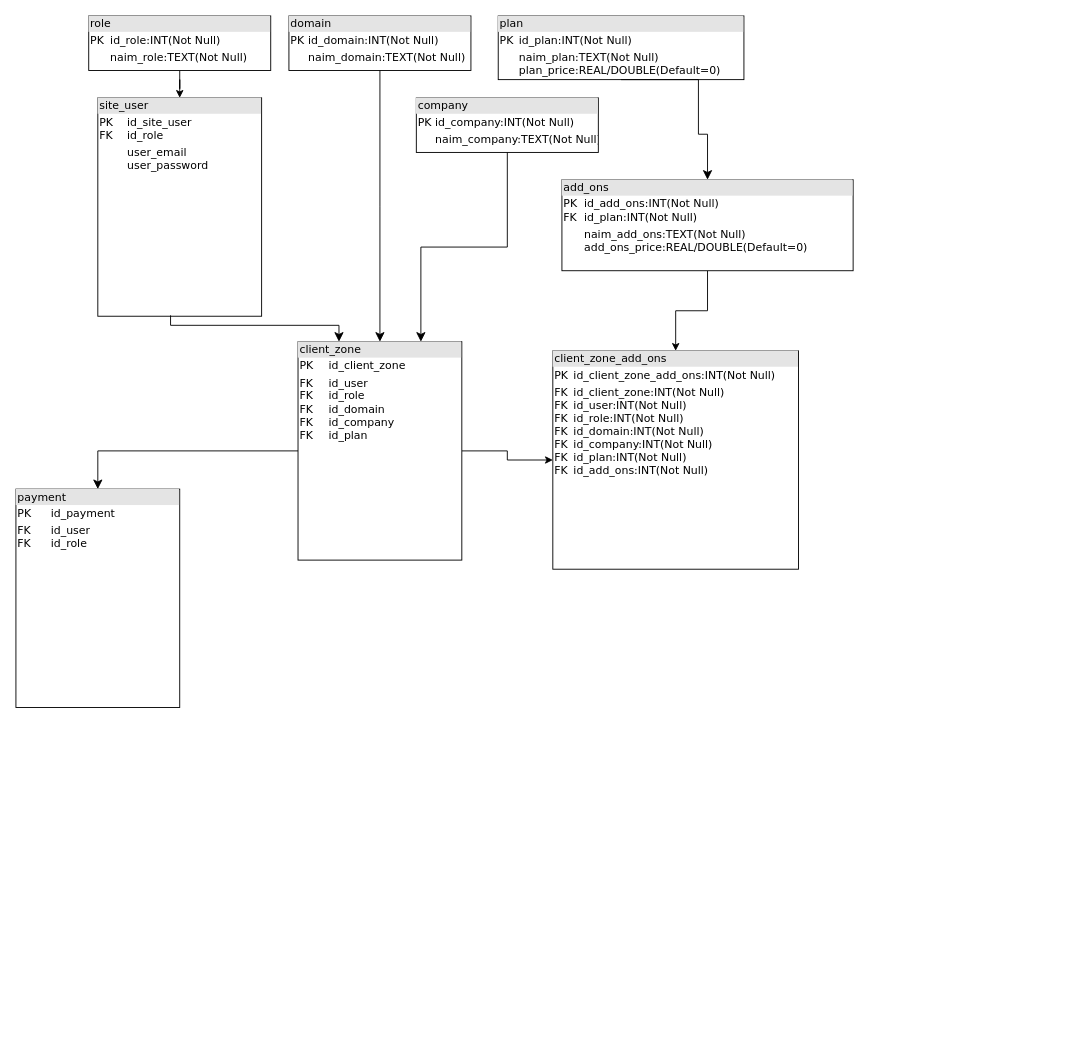
Scykorr/inout_project keeps this draw.io diagram as payment_gateway/payment_gateway.drawio. Above is the earlier version. Source tidied: cells renumbered, new cells numbered last; positions are measured from the earlier drawing's top-left corner, leaving out a move shared by most shapes. Both pictures are drawn from the tidied source at 91%, with x=0, y=0 at pixel (15, 15).
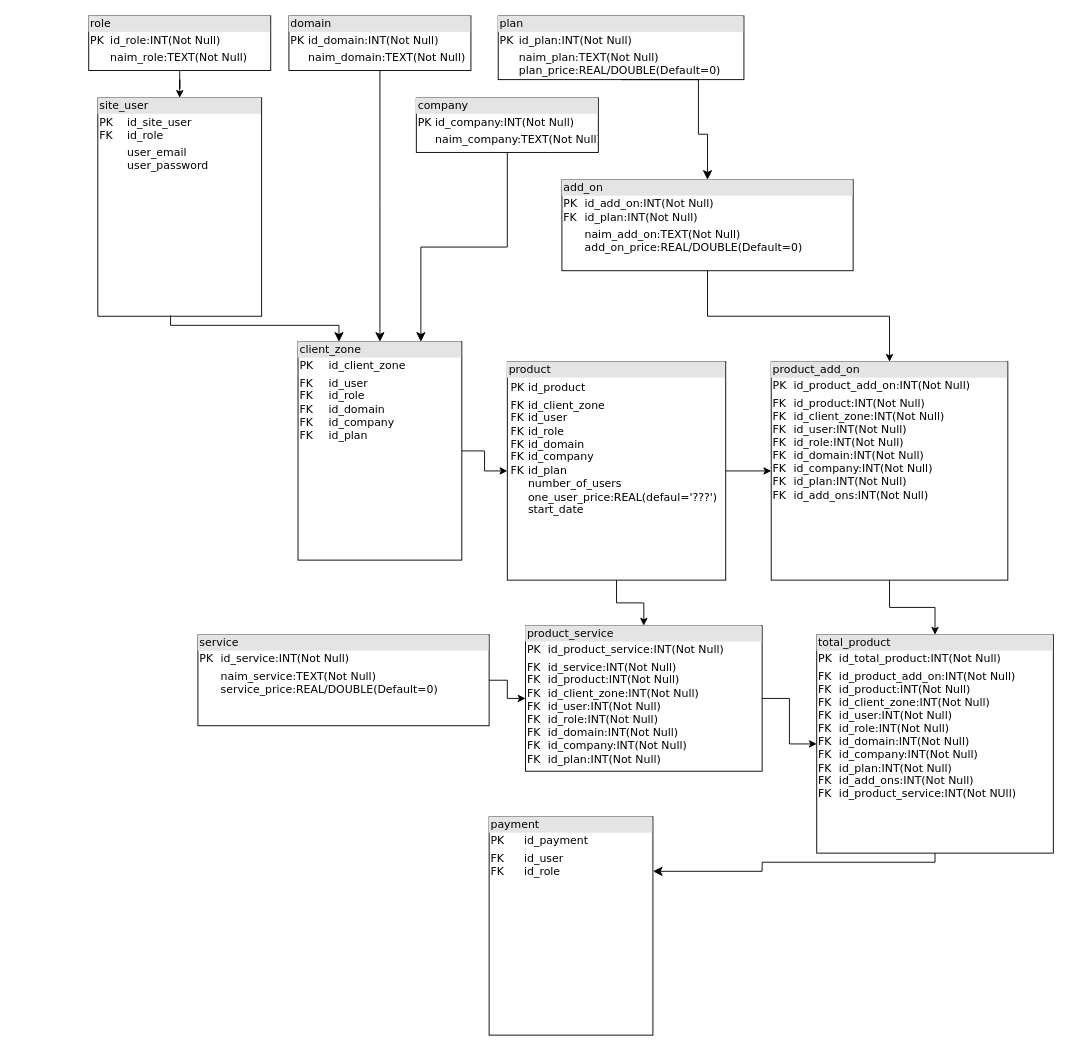
After the change.

The change refers to these unchanged cells:
```xml
<mxCell id="8" value="&lt;div style=&quot;box-sizing: border-box ; width: 100% ; background: #e4e4e4 ; padding: 2px&quot;&gt;client_zone&lt;/div&gt;&lt;table style=&quot;width: 100% ; font-size: 1em&quot; cellpadding=&quot;2&quot; cellspacing=&quot;0&quot;&gt;&lt;tbody&gt;&lt;tr&gt;&lt;td&gt;PK&lt;/td&gt;&lt;td&gt;id_client_zone&lt;/td&gt;&lt;/tr&gt;&lt;tr&gt;&lt;td&gt;FK&lt;br&gt;FK&lt;br&gt;FK&lt;br&gt;FK&lt;br&gt;FK&lt;/td&gt;&lt;td&gt;id_user&lt;br&gt;id_role&lt;br&gt;id_domain&lt;br&gt;id_company&lt;br&gt;id_plan&lt;/td&gt;&lt;/tr&gt;&lt;tr&gt;&lt;td&gt;&lt;/td&gt;&lt;td&gt;&lt;/td&gt;&lt;/tr&gt;&lt;/tbody&gt;&lt;/table&gt;" style="verticalAlign=top;align=left;overflow=fill;html=1;rounded=0;shadow=0;comic=0;labelBackgroundColor=none;strokeWidth=1;fontFamily=Verdana;fontSize=12;" parent="1" vertex="1">
  <mxGeometry x="310" y="358" width="180" height="240" as="geometry" />
</mxCell>
```

The edit, as a diff of the source:
```diff
@@
     <mxCell id="2" value="&lt;div style=&quot;box-sizing: border-box ; width: 100% ; background: #e4e4e4 ; padding: 2px&quot;&gt;payment&lt;/div&gt;&lt;table style=&quot;width: 100% ; font-size: 1em&quot; cellpadding=&quot;2&quot; cellspacing=&quot;0&quot;&gt;&lt;tbody&gt;&lt;tr&gt;&lt;td&gt;PK&lt;/td&gt;&lt;td&gt;id_payment&lt;/td&gt;&lt;/tr&gt;&lt;tr&gt;&lt;td&gt;FK&lt;br&gt;FK&lt;/td&gt;&lt;td&gt;id_user&lt;br&gt;id_role&lt;/td&gt;&lt;/tr&gt;&lt;tr&gt;&lt;td&gt;&lt;/td&gt;&lt;td&gt;&lt;/td&gt;&lt;/tr&gt;&lt;/tbody&gt;&lt;/table&gt;" style="verticalAlign=top;align=left;overflow=fill;html=1;rounded=0;shadow=0;comic=0;labelBackgroundColor=none;strokeWidth=1;fontFamily=Verdana;fontSize=12;" parent="1" vertex="1">
-      <mxGeometry y="520" width="180" height="240" as="geometry" />
+      <mxGeometry x="520" y="880" width="180" height="240" as="geometry" />
     </mxCell>
@@
-    <mxCell id="7" style="edgeStyle=orthogonalEdgeStyle;rounded=0;jettySize=auto;html=1;" parent="1" edge="1" source="8" target="18">
-      <mxGeometry relative="1" as="geometry" />
-    </mxCell>
+    <mxCell id="19" style="edgeStyle=orthogonalEdgeStyle;rounded=0;jettySize=auto;html=1;" parent="1" edge="1" source="8" target="23">
+      <mxGeometry relative="1" as="geometry" />
+    </mxCell>
@@
-    <mxCell id="11" style="edgeStyle=segmentEdgeStyle;endArrow=classic;html=1;curved=0;rounded=0;endSize=8;startSize=8;exitX=0;exitY=0.5;exitDx=0;exitDy=0;entryX=0.5;entryY=0;entryDx=0;entryDy=0;" parent="1" edge="1" source="8" target="2">
-      <mxGeometry relative="1" as="geometry" />
-    </mxCell>
@@
-    <mxCell id="16" value="&lt;div style=&quot;box-sizing: border-box ; width: 100% ; background: #e4e4e4 ; padding: 2px&quot;&gt;add_ons&lt;/div&gt;&lt;table style=&quot;width: 100% ; font-size: 1em&quot; cellpadding=&quot;2&quot; cellspacing=&quot;0&quot;&gt;&lt;tbody&gt;&lt;tr&gt;&lt;td&gt;PK&lt;br&gt;FK&lt;/td&gt;&lt;td&gt;id_add_ons:INT(Not Null)&lt;br&gt;id_plan:INT(Not Null)&lt;br&gt;&lt;/td&gt;&lt;/tr&gt;&lt;tr&gt;&lt;td&gt;&lt;br&gt;&lt;/td&gt;&lt;td&gt;naim_add_ons:TEXT(Not Null)&lt;br&gt;add_ons_price:REAL/DOUBLE(Default=0)&lt;br&gt;&lt;/td&gt;&lt;/tr&gt;&lt;/tbody&gt;&lt;/table&gt;" style="verticalAlign=top;align=left;overflow=fill;html=1;rounded=0;shadow=0;comic=0;labelBackgroundColor=none;strokeWidth=1;fontFamily=Verdana;fontSize=12;" parent="1" vertex="1">
+    <mxCell id="16" value="&lt;div style=&quot;box-sizing: border-box ; width: 100% ; background: #e4e4e4 ; padding: 2px&quot;&gt;add_on&lt;/div&gt;&lt;table style=&quot;width: 100% ; font-size: 1em&quot; cellpadding=&quot;2&quot; cellspacing=&quot;0&quot;&gt;&lt;tbody&gt;&lt;tr&gt;&lt;td&gt;PK&lt;br&gt;FK&lt;/td&gt;&lt;td&gt;id_add_on:INT(Not Null)&lt;br&gt;id_plan:INT(Not Null)&lt;br&gt;&lt;/td&gt;&lt;/tr&gt;&lt;tr&gt;&lt;td&gt;&lt;br&gt;&lt;/td&gt;&lt;td&gt;naim_add_on:TEXT(Not Null)&lt;br&gt;add_on_price:REAL/DOUBLE(Default=0)&lt;br&gt;&lt;/td&gt;&lt;/tr&gt;&lt;/tbody&gt;&lt;/table&gt;" style="verticalAlign=top;align=left;overflow=fill;html=1;rounded=0;shadow=0;comic=0;labelBackgroundColor=none;strokeWidth=1;fontFamily=Verdana;fontSize=12;" parent="1" vertex="1">
       <mxGeometry x="600" y="180" width="320" height="100" as="geometry" />
     </mxCell>
@@
+    <mxCell id="20" style="edgeStyle=orthogonalEdgeStyle;rounded=0;jettySize=auto;html=1;" parent="1" edge="1" source="18" target="28">
+      <mxGeometry relative="1" as="geometry" />
+    </mxCell>
-    <mxCell id="18" value="&lt;div style=&quot;box-sizing: border-box ; width: 100% ; background: #e4e4e4 ; padding: 2px&quot;&gt;client_zone_add_ons&lt;/div&gt;&lt;table style=&quot;width: 100% ; font-size: 1em&quot; cellpadding=&quot;2&quot; cellspacing=&quot;0&quot;&gt;&lt;tbody&gt;&lt;tr&gt;&lt;td&gt;PK&lt;/td&gt;&lt;td&gt;id_client_zone_add_ons:INT(Not Null)&lt;/td&gt;&lt;/tr&gt;&lt;tr&gt;&lt;td&gt;FK&lt;br&gt;FK&lt;br&gt;FK&lt;br&gt;FK&lt;br&gt;FK&lt;br&gt;FK&lt;br&gt;FK&lt;/td&gt;&lt;td&gt;id_client_zone:INT(Not Null)&lt;br&gt;id_user:INT(Not Null)&lt;br&gt;id_role:INT(Not Null)&lt;br&gt;id_domain:INT(Not Null)&lt;br&gt;id_company:INT(Not Null)&lt;br&gt;id_plan:INT(Not Null)&lt;br&gt;id_add_ons:INT(Not Null)&lt;/td&gt;&lt;/tr&gt;&lt;tr&gt;&lt;td&gt;&lt;/td&gt;&lt;td&gt;&lt;/td&gt;&lt;/tr&gt;&lt;/tbody&gt;&lt;/table&gt;" style="verticalAlign=top;align=left;overflow=fill;html=1;rounded=0;shadow=0;comic=0;labelBackgroundColor=none;strokeWidth=1;fontFamily=Verdana;fontSize=12;" parent="1" vertex="1">
-      <mxGeometry x="590" y="368" width="270" height="240" as="geometry" />
+    <mxCell id="18" value="&lt;div style=&quot;box-sizing: border-box ; width: 100% ; background: #e4e4e4 ; padding: 2px&quot;&gt;product_add_on&lt;/div&gt;&lt;table style=&quot;width: 100% ; font-size: 1em&quot; cellpadding=&quot;2&quot; cellspacing=&quot;0&quot;&gt;&lt;tbody&gt;&lt;tr&gt;&lt;td&gt;PK&lt;/td&gt;&lt;td&gt;id_product_add_on:INT(Not Null)&lt;/td&gt;&lt;/tr&gt;&lt;tr&gt;&lt;td&gt;FK&lt;br&gt;FK&lt;br&gt;FK&lt;br&gt;FK&lt;br&gt;FK&lt;br&gt;FK&lt;br&gt;FK&lt;br&gt;FK&lt;/td&gt;&lt;td&gt;id_product:INT(Not Null)&lt;br&gt;id_client_zone:INT(Not Null)&lt;br&gt;id_user:INT(Not Null)&lt;br&gt;id_role:INT(Not Null)&lt;br&gt;id_domain:INT(Not Null)&lt;br&gt;id_company:INT(Not Null)&lt;br&gt;id_plan:INT(Not Null)&lt;br&gt;id_add_ons:INT(Not Null)&lt;/td&gt;&lt;/tr&gt;&lt;tr&gt;&lt;td&gt;&lt;/td&gt;&lt;td&gt;&lt;/td&gt;&lt;/tr&gt;&lt;/tbody&gt;&lt;/table&gt;" style="verticalAlign=top;align=left;overflow=fill;html=1;rounded=0;shadow=0;comic=0;labelBackgroundColor=none;strokeWidth=1;fontFamily=Verdana;fontSize=12;" parent="1" vertex="1">
+      <mxGeometry x="830" y="380" width="260" height="240" as="geometry" />
     </mxCell>
+    <mxCell id="21" style="edgeStyle=orthogonalEdgeStyle;rounded=0;jettySize=auto;html=1;" parent="1" edge="1" source="23" target="18">
+      <mxGeometry relative="1" as="geometry" />
+    </mxCell>
+    <mxCell id="22" style="edgeStyle=orthogonalEdgeStyle;rounded=0;jettySize=auto;html=1;" parent="1" edge="1" source="23" target="25">
+      <mxGeometry relative="1" as="geometry" />
+    </mxCell>
+    <mxCell id="23" value="&lt;div style=&quot;box-sizing: border-box ; width: 100% ; background: #e4e4e4 ; padding: 2px&quot;&gt;product&lt;/div&gt;&lt;table style=&quot;width: 100% ; font-size: 1em&quot; cellpadding=&quot;2&quot; cellspacing=&quot;0&quot;&gt;&lt;tbody&gt;&lt;tr&gt;&lt;td&gt;&lt;table style=&quot;font-size: 1em; width: 180px;&quot; cellpadding=&quot;2&quot; cellspacing=&quot;0&quot;&gt;&lt;tbody&gt;&lt;tr&gt;&lt;td&gt;PK&lt;/td&gt;&lt;td&gt;id_product&lt;/td&gt;&lt;/tr&gt;&lt;tr&gt;&lt;td&gt;FK&lt;br&gt;FK&lt;br&gt;FK&lt;br&gt;FK&lt;br&gt;FK&lt;br&gt;FK&lt;br&gt;&lt;br&gt;&lt;br&gt;&lt;br&gt;&lt;/td&gt;&lt;td&gt;id_client_zone&lt;br&gt;id_user&lt;br&gt;id_role&lt;br&gt;id_domain&lt;br&gt;id_company&lt;br&gt;id_plan&lt;br&gt;number_of_users&lt;br&gt;one_user_price:REAL(defaul='???')&lt;br&gt;start_date&lt;/td&gt;&lt;/tr&gt;&lt;/tbody&gt;&lt;/table&gt;&lt;/td&gt;&lt;td&gt;&lt;br&gt;&lt;/td&gt;&lt;/tr&gt;&lt;tr&gt;&lt;td&gt;&lt;/td&gt;&lt;td&gt;&lt;/td&gt;&lt;/tr&gt;&lt;/tbody&gt;&lt;/table&gt;" style="verticalAlign=top;align=left;overflow=fill;html=1;rounded=0;shadow=0;comic=0;labelBackgroundColor=none;strokeWidth=1;fontFamily=Verdana;fontSize=12;" parent="1" vertex="1">
+      <mxGeometry x="540" y="380" width="240" height="240" as="geometry" />
+    </mxCell>
+    <mxCell id="24" style="edgeStyle=orthogonalEdgeStyle;rounded=0;jettySize=auto;html=1;" parent="1" edge="1" source="25" target="28">
+      <mxGeometry relative="1" as="geometry" />
+    </mxCell>
+    <mxCell id="25" value="&lt;div style=&quot;box-sizing: border-box ; width: 100% ; background: #e4e4e4 ; padding: 2px&quot;&gt;product_service&lt;/div&gt;&lt;table style=&quot;width: 100% ; font-size: 1em&quot; cellpadding=&quot;2&quot; cellspacing=&quot;0&quot;&gt;&lt;tbody&gt;&lt;tr&gt;&lt;td&gt;PK&lt;/td&gt;&lt;td&gt;id_product_service:INT(Not Null)&lt;/td&gt;&lt;/tr&gt;&lt;tr&gt;&lt;td&gt;FK&lt;br&gt;FK&lt;br&gt;FK&lt;br&gt;FK&lt;br&gt;FK&lt;br&gt;FK&lt;br&gt;FK&lt;br&gt;FK&lt;br&gt;&lt;/td&gt;&lt;td&gt;id_service:INT(Not Null)&lt;br&gt;id_product:INT(Not Null)&lt;br&gt;id_client_zone:INT(Not Null)&lt;br&gt;id_user:INT(Not Null)&lt;br&gt;id_role:INT(Not Null)&lt;br&gt;id_domain:INT(Not Null)&lt;br&gt;id_company:INT(Not Null)&lt;br&gt;id_plan:INT(Not Null)&lt;br&gt;&lt;/td&gt;&lt;/tr&gt;&lt;tr&gt;&lt;td&gt;&lt;/td&gt;&lt;td&gt;&lt;/td&gt;&lt;/tr&gt;&lt;/tbody&gt;&lt;/table&gt;" style="verticalAlign=top;align=left;overflow=fill;html=1;rounded=0;shadow=0;comic=0;labelBackgroundColor=none;strokeWidth=1;fontFamily=Verdana;fontSize=12;" parent="1" vertex="1">
+      <mxGeometry x="560" y="670" width="260" height="160" as="geometry" />
+    </mxCell>
+    <mxCell id="26" style="edgeStyle=orthogonalEdgeStyle;rounded=0;jettySize=auto;html=1;" parent="1" edge="1" source="27" target="25">
+      <mxGeometry relative="1" as="geometry" />
+    </mxCell>
+    <mxCell id="27" value="&lt;div style=&quot;box-sizing: border-box ; width: 100% ; background: #e4e4e4 ; padding: 2px&quot;&gt;service&lt;/div&gt;&lt;table style=&quot;width: 100% ; font-size: 1em&quot; cellpadding=&quot;2&quot; cellspacing=&quot;0&quot;&gt;&lt;tbody&gt;&lt;tr&gt;&lt;td&gt;PK&lt;br&gt;&lt;/td&gt;&lt;td&gt;id_service:INT(Not Null)&lt;br&gt;&lt;/td&gt;&lt;/tr&gt;&lt;tr&gt;&lt;td&gt;&lt;br&gt;&lt;/td&gt;&lt;td&gt;naim_service:TEXT(Not Null)&lt;br&gt;service_price:REAL/DOUBLE(Default=0)&lt;br&gt;&lt;/td&gt;&lt;/tr&gt;&lt;/tbody&gt;&lt;/table&gt;" style="verticalAlign=top;align=left;overflow=fill;html=1;rounded=0;shadow=0;comic=0;labelBackgroundColor=none;strokeWidth=1;fontFamily=Verdana;fontSize=12;" parent="1" vertex="1">
+      <mxGeometry x="200" y="680" width="320" height="100" as="geometry" />
+    </mxCell>
+    <mxCell id="28" value="&lt;div style=&quot;box-sizing: border-box ; width: 100% ; background: #e4e4e4 ; padding: 2px&quot;&gt;total_product&lt;/div&gt;&lt;table style=&quot;width: 100% ; font-size: 1em&quot; cellpadding=&quot;2&quot; cellspacing=&quot;0&quot;&gt;&lt;tbody&gt;&lt;tr&gt;&lt;td&gt;PK&lt;/td&gt;&lt;td&gt;id_total_product:INT(Not Null)&lt;/td&gt;&lt;/tr&gt;&lt;tr&gt;&lt;td&gt;FK&lt;br&gt;FK&lt;br&gt;FK&lt;br&gt;FK&lt;br&gt;FK&lt;br&gt;FK&lt;br&gt;FK&lt;br&gt;FK&lt;br&gt;FK&lt;br&gt;FK&lt;/td&gt;&lt;td&gt;id_product_add_on:INT(Not Null)&lt;br&gt;id_product:INT(Not Null)&lt;br&gt;id_client_zone:INT(Not Null)&lt;br&gt;id_user:INT(Not Null)&lt;br&gt;id_role:INT(Not Null)&lt;br&gt;id_domain:INT(Not Null)&lt;br&gt;id_company:INT(Not Null)&lt;br&gt;id_plan:INT(Not Null)&lt;br&gt;id_add_ons:INT(Not Null)&lt;br&gt;id_product_service:INT(Not NUll)&lt;br&gt;&lt;/td&gt;&lt;/tr&gt;&lt;tr&gt;&lt;td&gt;&lt;/td&gt;&lt;td&gt;&lt;/td&gt;&lt;/tr&gt;&lt;/tbody&gt;&lt;/table&gt;" style="verticalAlign=top;align=left;overflow=fill;html=1;rounded=0;shadow=0;comic=0;labelBackgroundColor=none;strokeWidth=1;fontFamily=Verdana;fontSize=12;" parent="1" vertex="1">
+      <mxGeometry x="880" y="680" width="260" height="240" as="geometry" />
+    </mxCell>
+    <mxCell id="29" style="edgeStyle=segmentEdgeStyle;endArrow=classic;html=1;curved=0;rounded=0;endSize=8;startSize=8;exitX=0.5;exitY=1;exitDx=0;exitDy=0;entryX=1;entryY=0.25;entryDx=0;entryDy=0;" parent="1" edge="1" source="28" target="2">
+      <mxGeometry relative="1" as="geometry">
+        <Array as="points">
+          <mxPoint x="1010" y="930" />
+          <mxPoint x="820" y="930" />
+          <mxPoint x="820" y="940" />
+        </Array>
+      </mxGeometry>
+    </mxCell>
```
